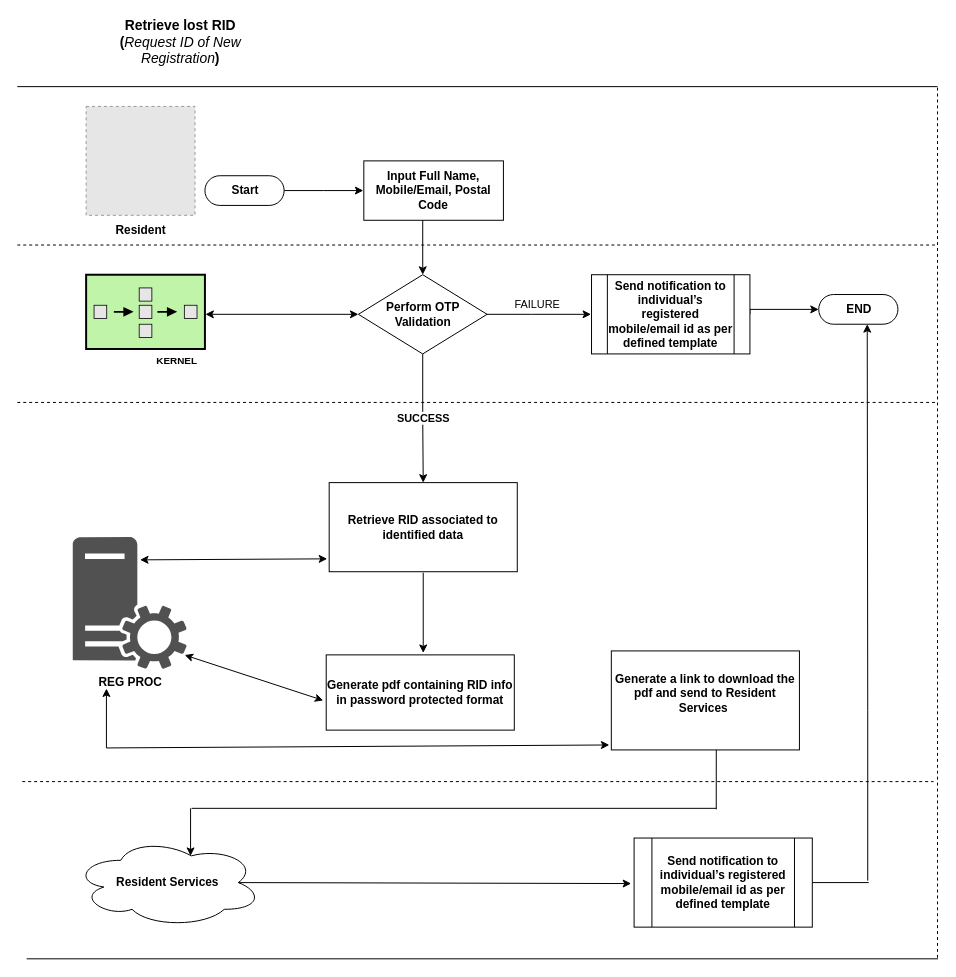
Earlier version of the draw.io diagram page "MOS-23856" (4 of 12) of _files/requirements/final_process_flows/Resident Service.drawio (ssenmosip/mosip-temp-documentation). Source tidied: cells renumbered, new cells numbered last; positions are measured from the earlier drawing's top-left corner, leaving out a move shared by most shapes. Both pictures are drawn from the tidied source at 99%, with x=0, y=0 at pixel (17, 17). Pictures stored in the file or linked from it are replaced by grey dashed boxes.
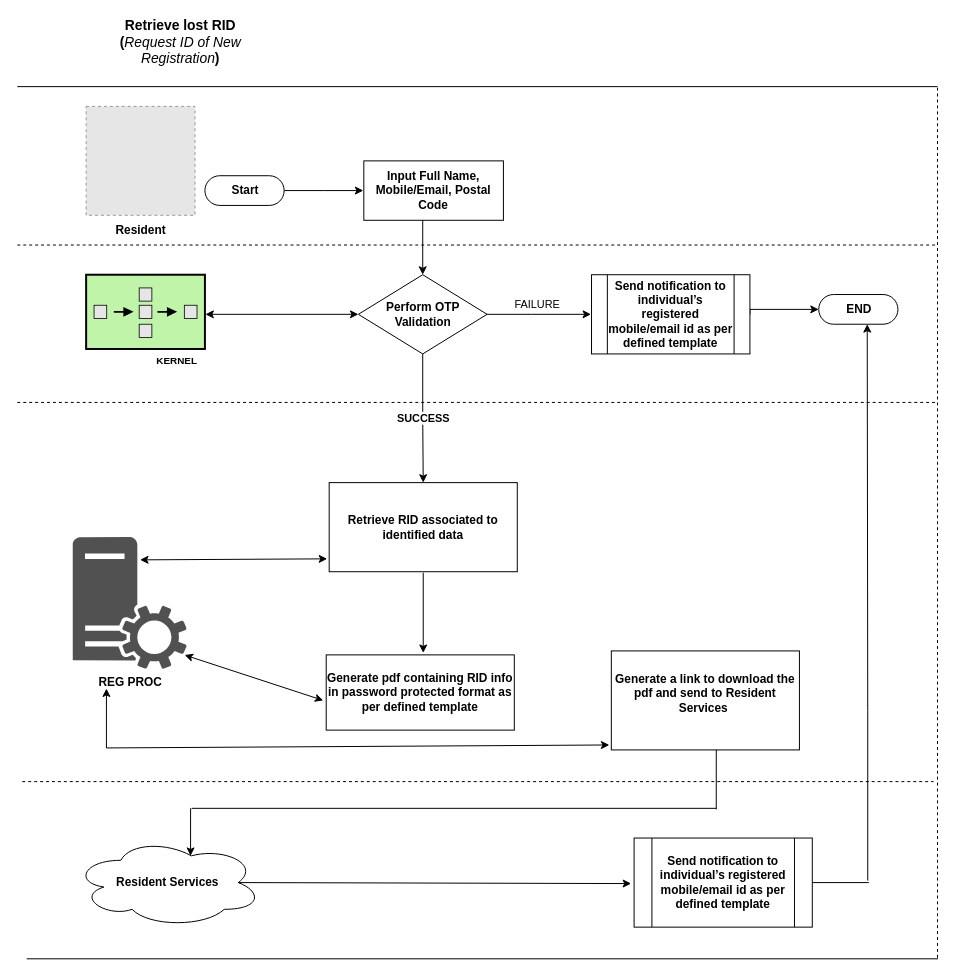
The same page after the edit.

What changed in the source:
```diff
@@
-    <mxCell id="27" value="&lt;b&gt;Generate pdf containing RID info in password protected format&lt;br&gt;&lt;/b&gt;" style="rounded=0;whiteSpace=wrap;html=1;" parent="1" vertex="1">
+    <mxCell id="27" value="&lt;b&gt;Generate pdf containing RID info in password protected format as per defined template&lt;br&gt;&lt;/b&gt;" style="rounded=0;whiteSpace=wrap;html=1;" parent="1" vertex="1">
       <mxGeometry x="312" y="644" width="190" height="76" as="geometry" />
     </mxCell>
```
